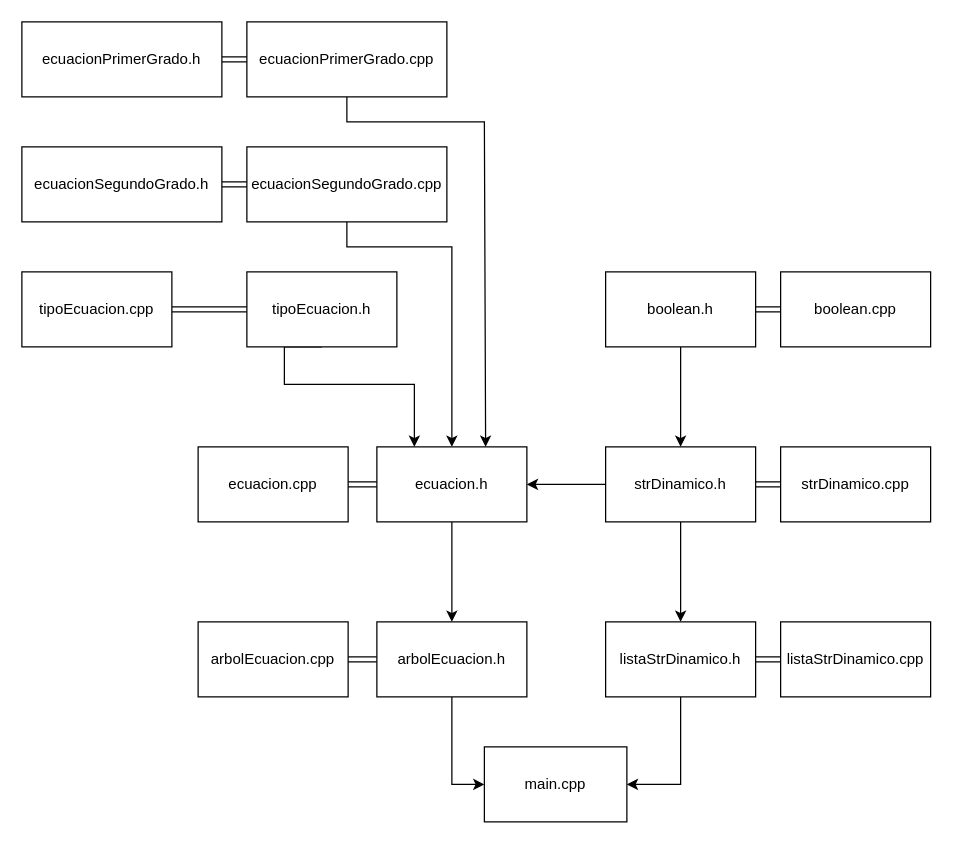
Before: Documentación/diagramaDeModulos.drawio in NicolasPodchi/UDE_TALLER_1_2025, a draw.io diagram. Source tidied: cells renumbered, new cells numbered last; positions are measured from the earlier drawing's top-left corner, leaving out a move shared by most shapes. Both pictures are drawn from the tidied source at 125%, with x=0, y=0 at pixel (21, 21).
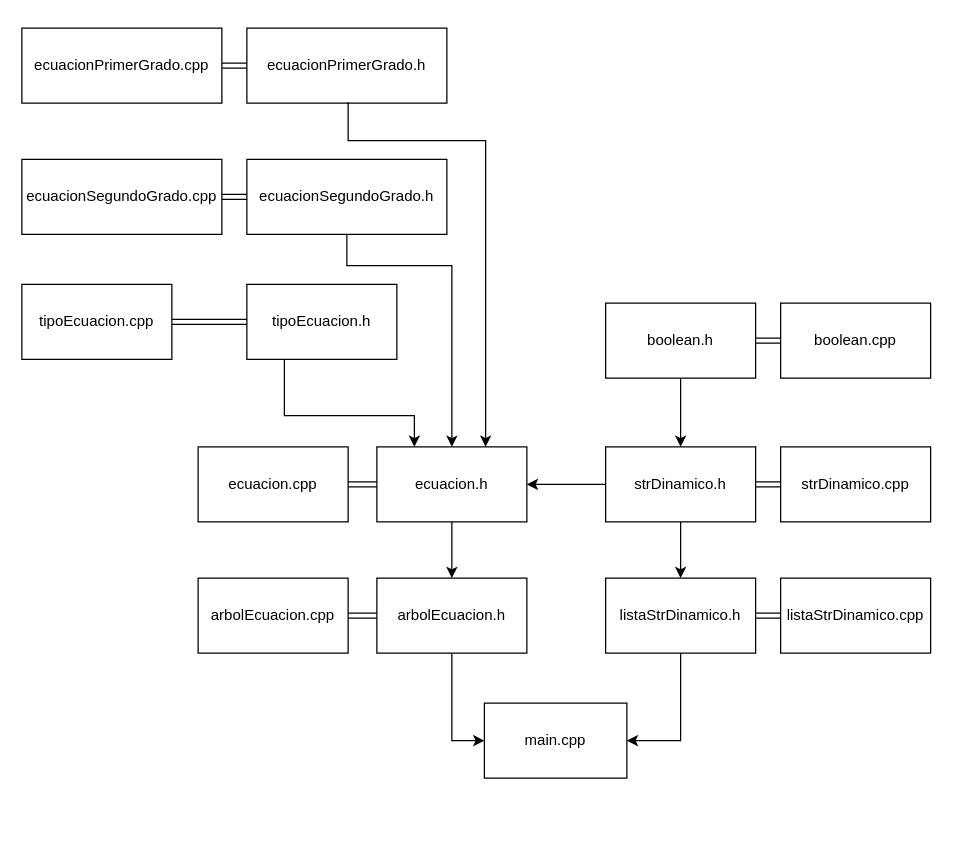
Above is the later version.

Commit message (it also covers changes not shown here):
logica salir, arreglos diagrama, update pendientes

The change refers to these unchanged cells:
```xml
<mxCell id="5" value="ecuacion.h" style="rounded=0;whiteSpace=wrap;html=1;" parent="1" vertex="1">
  <mxGeometry x="284" y="340" width="120" height="60" as="geometry" />
</mxCell>
```

The edit, as a diff of the source:
```diff
@@
     <mxCell id="7" value="arbolEcuacion.cpp" style="rounded=0;whiteSpace=wrap;html=1;" parent="1" vertex="1">
-      <mxGeometry x="141" y="480" width="120" height="60" as="geometry" />
+      <mxGeometry x="141" y="445" width="120" height="60" as="geometry" />
     </mxCell>
@@
     <mxCell id="9" value="arbolEcuacion.h" style="rounded=0;whiteSpace=wrap;html=1;" parent="1" vertex="1">
-      <mxGeometry x="284" y="480" width="120" height="60" as="geometry" />
+      <mxGeometry x="284" y="445" width="120" height="60" as="geometry" />
     </mxCell>
     <mxCell id="10" value="ecuacionPrimerGrado.cpp" style="rounded=0;whiteSpace=wrap;html=1;" parent="1" vertex="1">
-      <mxGeometry x="180" width="160" height="60" as="geometry" />
+      <mxGeometry y="5" width="160" height="60" as="geometry" />
     </mxCell>
@@
     <mxCell id="12" value="ecuacionPrimerGrado.h" style="rounded=0;whiteSpace=wrap;html=1;" parent="1" vertex="1">
-      <mxGeometry width="160" height="60" as="geometry" />
+      <mxGeometry x="180" y="5" width="160" height="60" as="geometry" />
     </mxCell>
     <mxCell id="13" value="ecuacionSegundoGrado.cpp" style="rounded=0;whiteSpace=wrap;html=1;" parent="1" vertex="1">
-      <mxGeometry x="180" y="100" width="160" height="60" as="geometry" />
+      <mxGeometry y="110" width="160" height="60" as="geometry" />
     </mxCell>
@@
+    <mxCell id="36" style="edgeStyle=orthogonalEdgeStyle;rounded=0;jettySize=auto;html=1;entryX=0.5;entryY=0;entryDx=0;entryDy=0;" parent="1" edge="1" source="15" target="5">
+      <mxGeometry relative="1" as="geometry">
+        <Array as="points">
+          <mxPoint x="260" y="195" />
+          <mxPoint x="344" y="195" />
+        </Array>
+      </mxGeometry>
+    </mxCell>
     <mxCell id="15" value="ecuacionSegundoGrado.h" style="rounded=0;whiteSpace=wrap;html=1;" parent="1" vertex="1">
-      <mxGeometry y="100" width="160" height="60" as="geometry" />
+      <mxGeometry x="180" y="110" width="160" height="60" as="geometry" />
     </mxCell>
@@
     <mxCell id="21" value="boolean.cpp" style="rounded=0;whiteSpace=wrap;html=1;" parent="1" vertex="1">
-      <mxGeometry x="607" y="200" width="120" height="60" as="geometry" />
+      <mxGeometry x="607" y="225" width="120" height="60" as="geometry" />
     </mxCell>
@@
     <mxCell id="24" value="boolean.h" style="rounded=0;whiteSpace=wrap;html=1;" parent="1" vertex="1">
-      <mxGeometry x="467" y="200" width="120" height="60" as="geometry" />
+      <mxGeometry x="467" y="225" width="120" height="60" as="geometry" />
     </mxCell>
     <mxCell id="25" value="tipoEcuacion.cpp" style="rounded=0;whiteSpace=wrap;html=1;" parent="1" vertex="1">
-      <mxGeometry y="200" width="120" height="60" as="geometry" />
+      <mxGeometry y="210" width="120" height="60" as="geometry" />
     </mxCell>
@@
     <mxCell id="27" style="edgeStyle=orthogonalEdgeStyle;rounded=0;jettySize=auto;html=1;entryX=0.25;entryY=0;entryDx=0;entryDy=0;exitX=0.5;exitY=1;exitDx=0;exitDy=0;" parent="1" edge="1" source="28" target="5">
       <mxGeometry relative="1" as="geometry">
         <Array as="points">
-          <mxPoint x="210" y="290" />
-          <mxPoint x="314" y="290" />
+          <mxPoint x="210" y="270" />
+          <mxPoint x="210" y="315" />
+          <mxPoint x="314" y="315" />
         </Array>
       </mxGeometry>
     </mxCell>
     <mxCell id="28" value="tipoEcuacion.h" style="rounded=0;whiteSpace=wrap;html=1;" parent="1" vertex="1">
-      <mxGeometry x="180" y="200" width="120" height="60" as="geometry" />
+      <mxGeometry x="180" y="210" width="120" height="60" as="geometry" />
     </mxCell>
     <mxCell id="29" value="listaStrDinamico.cpp" style="rounded=0;whiteSpace=wrap;html=1;" parent="1" vertex="1">
-      <mxGeometry x="607" y="480" width="120" height="60" as="geometry" />
+      <mxGeometry x="607" y="445" width="120" height="60" as="geometry" />
     </mxCell>
@@
     <mxCell id="32" value="listaStrDinamico.h" style="rounded=0;whiteSpace=wrap;html=1;" parent="1" vertex="1">
-      <mxGeometry x="467" y="480" width="120" height="60" as="geometry" />
+      <mxGeometry x="467" y="445" width="120" height="60" as="geometry" />
     </mxCell>
     <mxCell id="33" value="main.cpp" style="rounded=0;whiteSpace=wrap;html=1;" parent="1" vertex="1">
-      <mxGeometry x="370" y="580" width="114" height="60" as="geometry" />
+      <mxGeometry x="370" y="545" width="114" height="60" as="geometry" />
     </mxCell>
-    <mxCell id="34" style="edgeStyle=orthogonalEdgeStyle;rounded=0;jettySize=auto;html=1;exitX=0.5;exitY=1;exitDx=0;exitDy=0;entryX=0.5;entryY=0;entryDx=0;entryDy=0;" parent="1" edge="1" source="13" target="5">
-      <mxGeometry relative="1" as="geometry">
-        <Array as="points">
-          <mxPoint x="260" y="180" />
-          <mxPoint x="344" y="180" />
-        </Array>
-      </mxGeometry>
-    </mxCell>
-    <mxCell id="35" style="edgeStyle=orthogonalEdgeStyle;rounded=0;jettySize=auto;html=1;exitX=0.5;exitY=1;exitDx=0;exitDy=0;entryX=0.725;entryY=0;entryDx=0;entryDy=0;entryPerimeter=0;" parent="1" edge="1" source="10" target="5">
+    <mxCell id="35" style="edgeStyle=orthogonalEdgeStyle;rounded=0;jettySize=auto;html=1;exitX=0.5;exitY=1;exitDx=0;exitDy=0;entryX=0.725;entryY=0;entryDx=0;entryDy=0;entryPerimeter=0;" parent="1" edge="1" source="12" target="5">
       <mxGeometry relative="1" as="geometry">
         <Array as="points">
-          <mxPoint x="260" y="80" />
-          <mxPoint x="370" y="80" />
-          <mxPoint x="370" y="340" />
+          <mxPoint x="261" y="65" />
+          <mxPoint x="261" y="95" />
+          <mxPoint x="371" y="95" />
         </Array>
       </mxGeometry>
     </mxCell>
```
